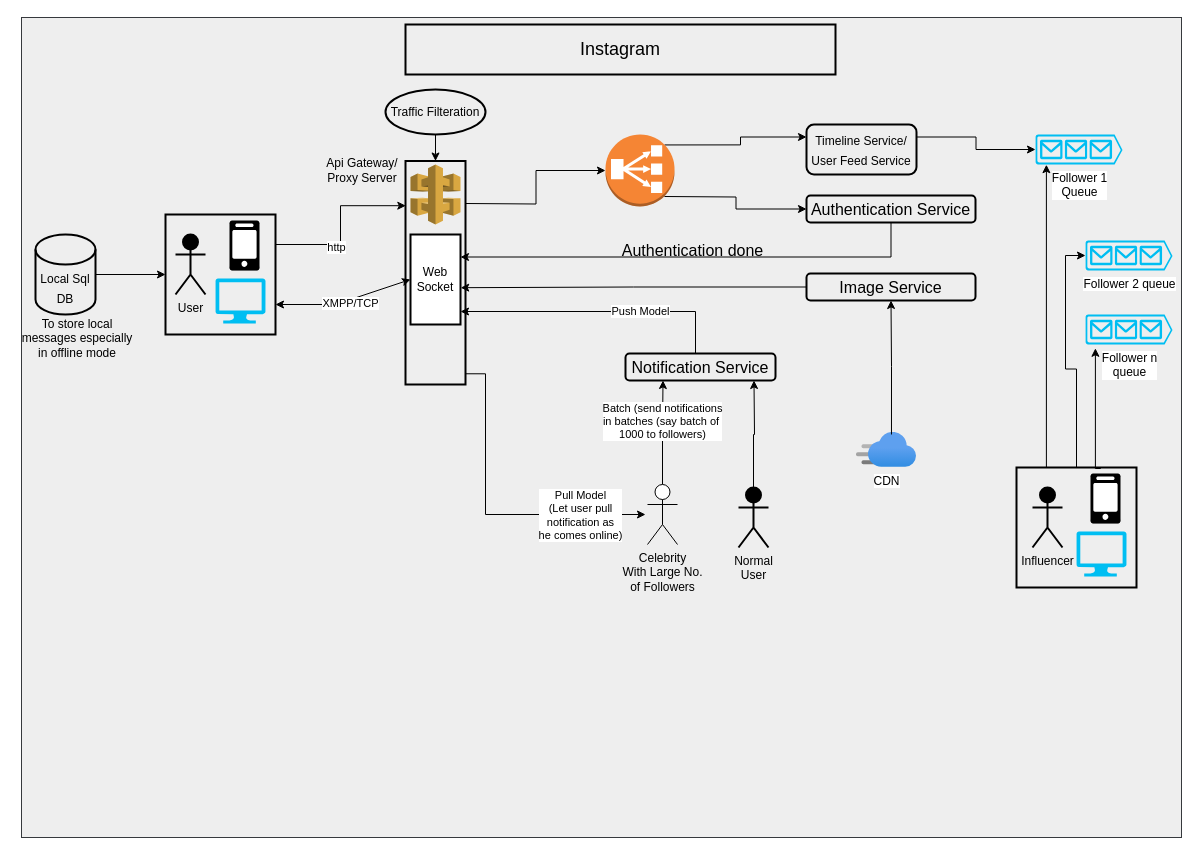
This is page "Instagram" (2 of 5) of Design Systems.drawio from vaibhavjain1/app.diagrams.net, a draw.io file, before an edit. Source tidied: cells renumbered, new cells numbered last; positions are measured from the earlier drawing's top-left corner, leaving out a move shared by most shapes. Both pictures are drawn from the tidied source at 100%, with x=0, y=0 at pixel (17, 17).
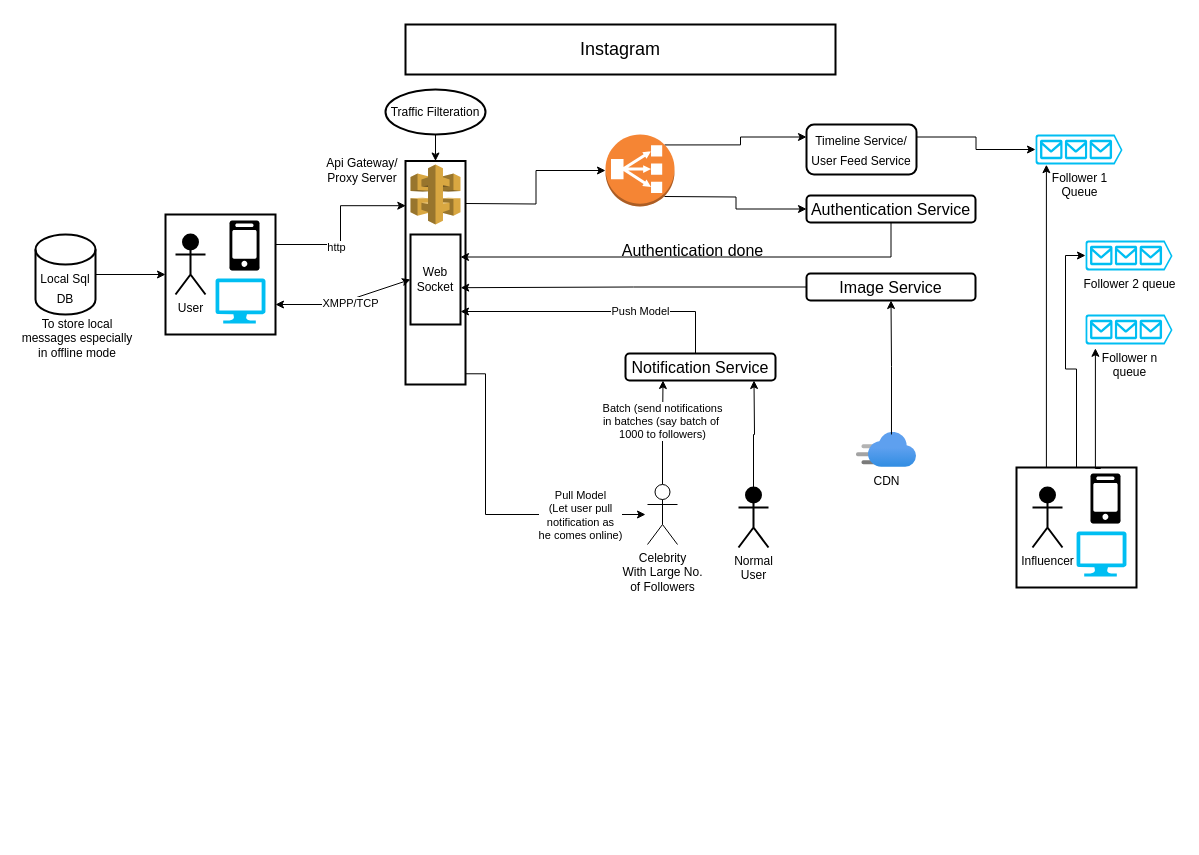
The same page after the edit.

The edit, as a diff of the source:
```diff
@@
-    <mxCell id="2" style="rounded=0;whiteSpace=wrap;html=1;fillColor=#eeeeee;strokeColor=#36393d;" parent="1" vertex="1">
-      <mxGeometry x="4" width="1160" height="820" as="geometry" />
-    </mxCell>
```
